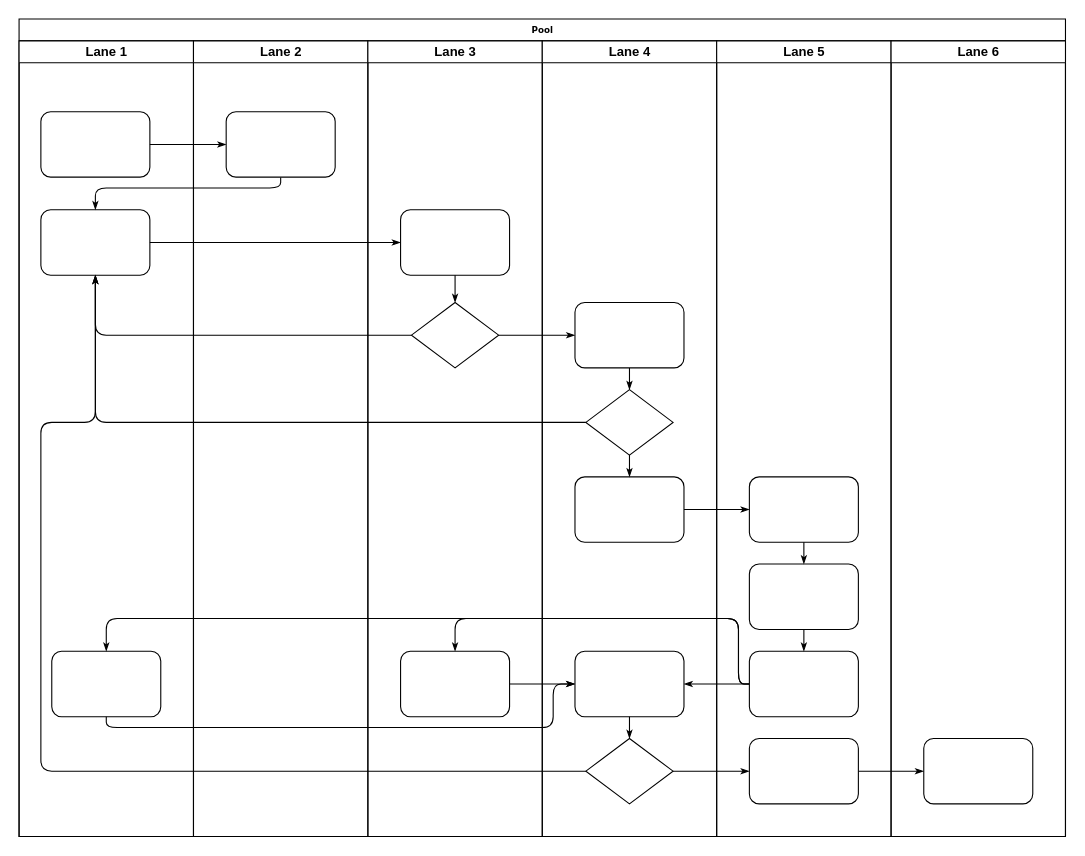
The draw.io diagram 未命名绘图.drawio in chenliang123/drag, before the edit. Source tidied: cells renumbered, new cells numbered last; positions are measured from the earlier drawing's top-left corner, leaving out a move shared by most shapes. Both pictures are drawn from the tidied source at 109%, with x=0, y=0 at pixel (19, 19).
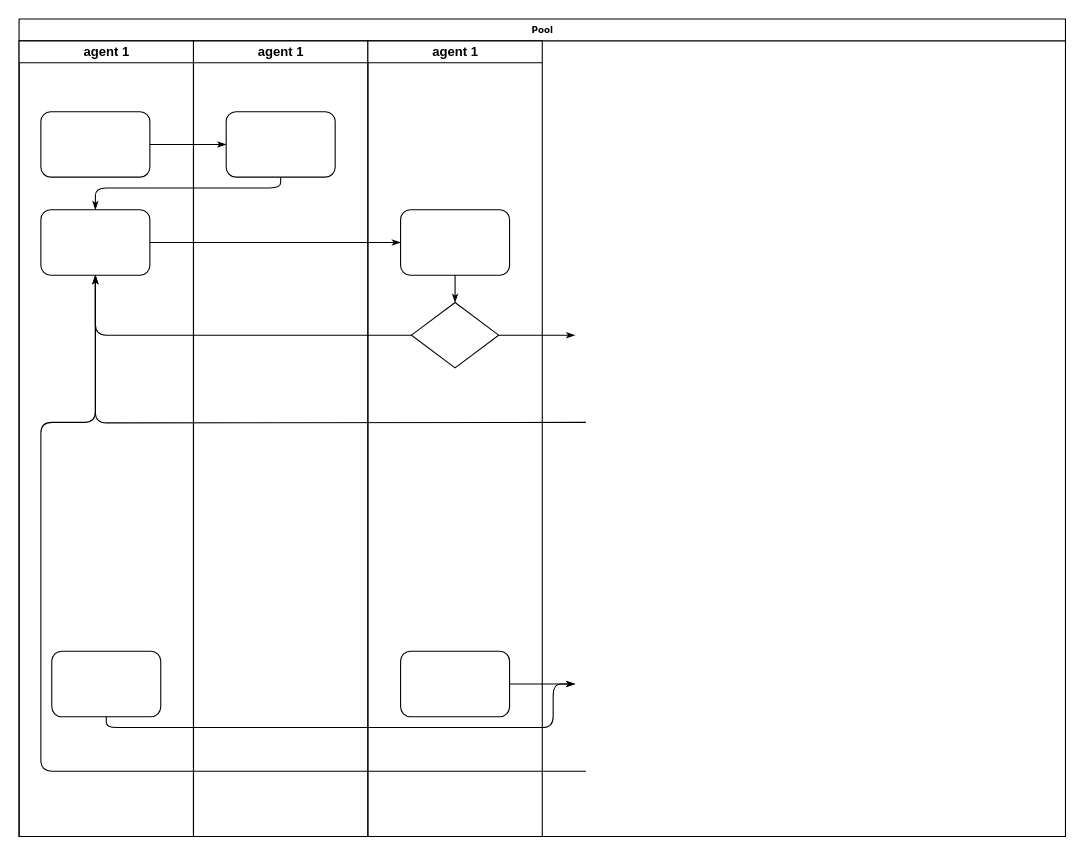
The same diagram, later.

Commit message:
一阶报告_前端.drawio

The change refers to these unchanged cells:
```xml
<mxCell id="2" value="Pool" style="swimlane;html=1;startSize=20;rounded=0;shadow=0;labelBackgroundColor=none;strokeWidth=1;fontFamily=Verdana;fontSize=8;align=center;" parent="1" vertex="1">
  <mxGeometry width="960" height="750" as="geometry" />
</mxCell>
<mxCell id="5" style="rounded=1;whiteSpace=wrap;html=1;shadow=0;labelBackgroundColor=none;strokeWidth=1;fontFamily=Verdana;fontSize=8;align=center;" parent="3" vertex="1">
  <mxGeometry x="20" y="155" width="100" height="60" as="geometry" />
</mxCell>
<mxCell id="6" style="rounded=1;whiteSpace=wrap;html=1;shadow=0;labelBackgroundColor=none;strokeWidth=1;fontFamily=Verdana;fontSize=8;align=center;" parent="3" vertex="1">
  <mxGeometry x="30" y="560" width="100" height="60" as="geometry" />
</mxCell>
<mxCell id="26" style="rhombus;whiteSpace=wrap;html=1;rounded=0;shadow=0;labelBackgroundColor=none;strokeWidth=1;fontFamily=Verdana;fontSize=8;align=center;" parent="24" vertex="1">
  <mxGeometry x="40" y="240" width="80" height="60" as="geometry" />
</mxCell>
<mxCell id="27" style="rounded=1;whiteSpace=wrap;html=1;shadow=0;labelBackgroundColor=none;strokeWidth=1;fontFamily=Verdana;fontSize=8;align=center;" parent="24" vertex="1">
  <mxGeometry x="30" y="560" width="100" height="60" as="geometry" />
</mxCell>
```

What changed in the source:
```diff
@@
-    <mxCell id="3" value="Lane 1" style="swimlane;html=1;startSize=20;" parent="2" vertex="1">
+    <mxCell id="3" value="agent 1" style="swimlane;html=1;startSize=20;" parent="2" vertex="1">
       <mxGeometry y="20" width="160" height="730" as="geometry" />
     </mxCell>
@@
-    <mxCell id="11" style="edgeStyle=orthogonalEdgeStyle;rounded=1;html=1;labelBackgroundColor=none;startArrow=none;startFill=0;startSize=5;endArrow=classicThin;endFill=1;endSize=5;jettySize=auto;strokeWidth=1;fontFamily=Verdana;fontSize=8;" parent="2" edge="1" source="31" target="5">
-      <mxGeometry relative="1" as="geometry" />
+    <mxCell id="11" style="edgeStyle=orthogonalEdgeStyle;rounded=1;html=1;labelBackgroundColor=none;startArrow=none;startFill=0;startSize=5;endArrow=classicThin;endFill=1;endSize=5;jettySize=auto;strokeWidth=1;fontFamily=Verdana;fontSize=8;" parent="2" edge="1" target="5">
+      <mxGeometry relative="1" as="geometry">
+        <mxPoint x="520" y="370" as="sourcePoint" />
+      </mxGeometry>
     </mxCell>
-    <mxCell id="12" style="edgeStyle=orthogonalEdgeStyle;rounded=1;html=1;labelBackgroundColor=none;startArrow=none;startFill=0;startSize=5;endArrow=classicThin;endFill=1;endSize=5;jettySize=auto;strokeWidth=1;fontFamily=Verdana;fontSize=8;" parent="2" edge="1" source="34" target="5">
+    <mxCell id="12" style="edgeStyle=orthogonalEdgeStyle;rounded=1;html=1;labelBackgroundColor=none;startArrow=none;startFill=0;startSize=5;endArrow=classicThin;endFill=1;endSize=5;jettySize=auto;strokeWidth=1;fontFamily=Verdana;fontSize=8;" parent="2" edge="1" target="5">
       <mxGeometry relative="1" as="geometry">
+        <mxPoint x="520" y="690" as="sourcePoint" />
         <Array as="points">
           <mxPoint x="20" y="690" />
           <mxPoint x="20" y="370" />
           <mxPoint x="70" y="370" />
         </Array>
       </mxGeometry>
     </mxCell>
-    <mxCell id="13" style="edgeStyle=orthogonalEdgeStyle;rounded=1;html=1;labelBackgroundColor=none;startArrow=none;startFill=0;startSize=5;endArrow=classicThin;endFill=1;endSize=5;jettySize=auto;strokeWidth=1;fontFamily=Verdana;fontSize=8;" parent="2" edge="1" source="26" target="30">
-      <mxGeometry relative="1" as="geometry" />
+    <mxCell id="13" style="edgeStyle=orthogonalEdgeStyle;rounded=1;html=1;labelBackgroundColor=none;startArrow=none;startFill=0;startSize=5;endArrow=classicThin;endFill=1;endSize=5;jettySize=auto;strokeWidth=1;fontFamily=Verdana;fontSize=8;" parent="2" edge="1" source="26">
+      <mxGeometry relative="1" as="geometry">
+        <mxPoint x="510" y="290" as="targetPoint" />
+      </mxGeometry>
     </mxCell>
-    <mxCell id="14" style="edgeStyle=orthogonalEdgeStyle;rounded=1;html=1;labelBackgroundColor=none;startArrow=none;startFill=0;startSize=5;endArrow=classicThin;endFill=1;endSize=5;jettySize=auto;strokeWidth=1;fontFamily=Verdana;fontSize=8;" parent="2" edge="1" source="34" target="42">
-      <mxGeometry relative="1" as="geometry" />
-    </mxCell>
-    <mxCell id="15" style="edgeStyle=orthogonalEdgeStyle;rounded=1;html=1;labelBackgroundColor=none;startArrow=none;startFill=0;startSize=5;endArrow=classicThin;endFill=1;endSize=5;jettySize=auto;strokeWidth=1;fontFamily=Verdana;fontSize=8;" parent="2" edge="1" source="42" target="46">
-      <mxGeometry relative="1" as="geometry" />
-    </mxCell>
-    <mxCell id="16" style="edgeStyle=orthogonalEdgeStyle;rounded=1;html=1;labelBackgroundColor=none;startArrow=none;startFill=0;startSize=5;endArrow=classicThin;endFill=1;endSize=5;jettySize=auto;strokeWidth=1;fontFamily=Verdana;fontSize=8;" parent="2" edge="1" source="32" target="39">
-      <mxGeometry relative="1" as="geometry" />
-    </mxCell>
-    <mxCell id="17" style="edgeStyle=orthogonalEdgeStyle;rounded=1;html=1;labelBackgroundColor=none;startArrow=none;startFill=0;startSize=5;endArrow=classicThin;endFill=1;endSize=5;jettySize=auto;strokeWidth=1;fontFamily=Verdana;fontSize=8;" parent="2" edge="1" source="41" target="27">
-      <mxGeometry relative="1" as="geometry">
-        <Array as="points">
-          <mxPoint x="660" y="610" />
-          <mxPoint x="660" y="550" />
-          <mxPoint x="400" y="550" />
-        </Array>
-      </mxGeometry>
-    </mxCell>
-    <mxCell id="18" style="edgeStyle=orthogonalEdgeStyle;rounded=1;html=1;labelBackgroundColor=none;startArrow=none;startFill=0;startSize=5;endArrow=classicThin;endFill=1;endSize=5;jettySize=auto;strokeColor=#000000;strokeWidth=1;fontFamily=Verdana;fontSize=8;fontColor=#000000;" parent="2" edge="1" source="41" target="33">
-      <mxGeometry relative="1" as="geometry" />
-    </mxCell>
-    <mxCell id="19" style="edgeStyle=orthogonalEdgeStyle;rounded=1;html=1;labelBackgroundColor=none;startArrow=none;startFill=0;startSize=5;endArrow=classicThin;endFill=1;endSize=5;jettySize=auto;strokeWidth=1;fontFamily=Verdana;fontSize=8;" parent="2" edge="1" source="41" target="6">
-      <mxGeometry relative="1" as="geometry">
-        <Array as="points">
-          <mxPoint x="660" y="610" />
-          <mxPoint x="660" y="550" />
-          <mxPoint x="80" y="550" />
-        </Array>
-      </mxGeometry>
-    </mxCell>
-    <mxCell id="20" style="edgeStyle=orthogonalEdgeStyle;rounded=1;html=1;labelBackgroundColor=none;startArrow=none;startFill=0;startSize=5;endArrow=classicThin;endFill=1;endSize=5;jettySize=auto;strokeWidth=1;fontFamily=Verdana;fontSize=8;" parent="2" edge="1" source="6" target="33">
+    <mxCell id="20" style="edgeStyle=orthogonalEdgeStyle;rounded=1;html=1;labelBackgroundColor=none;startArrow=none;startFill=0;startSize=5;endArrow=classicThin;endFill=1;endSize=5;jettySize=auto;strokeWidth=1;fontFamily=Verdana;fontSize=8;" parent="2" edge="1" source="6">
       <mxGeometry relative="1" as="geometry">
+        <mxPoint x="510" y="610" as="targetPoint" />
         <Array as="points">
           <mxPoint x="80" y="650" />
           <mxPoint x="490" y="650" />
           <mxPoint x="490" y="610" />
         </Array>
       </mxGeometry>
     </mxCell>
-    <mxCell id="21" style="edgeStyle=orthogonalEdgeStyle;rounded=1;html=1;labelBackgroundColor=none;startArrow=none;startFill=0;startSize=5;endArrow=classicThin;endFill=1;endSize=5;jettySize=auto;strokeWidth=1;fontFamily=Verdana;fontSize=8;" parent="2" edge="1" source="27" target="33">
-      <mxGeometry relative="1" as="geometry" />
+    <mxCell id="21" style="edgeStyle=orthogonalEdgeStyle;rounded=1;html=1;labelBackgroundColor=none;startArrow=none;startFill=0;startSize=5;endArrow=classicThin;endFill=1;endSize=5;jettySize=auto;strokeWidth=1;fontFamily=Verdana;fontSize=8;" parent="2" edge="1" source="27">
+      <mxGeometry relative="1" as="geometry">
+        <mxPoint x="510" y="610" as="targetPoint" />
+      </mxGeometry>
     </mxCell>
-    <mxCell id="22" value="Lane 2" style="swimlane;html=1;startSize=20;" parent="2" vertex="1">
+    <mxCell id="22" value="agent 1" style="swimlane;html=1;startSize=20;" parent="2" vertex="1">
       <mxGeometry x="160" y="20" width="160" height="730" as="geometry" />
     </mxCell>
@@
-    <mxCell id="24" value="Lane 3" style="swimlane;html=1;startSize=20;" parent="2" vertex="1">
+    <mxCell id="24" value="agent 1" style="swimlane;html=1;startSize=20;" parent="2" vertex="1">
       <mxGeometry x="320" y="20" width="160" height="730" as="geometry" />
     </mxCell>
@@
-    <mxCell id="29" value="Lane 4" style="swimlane;html=1;startSize=20;" parent="2" vertex="1">
-      <mxGeometry x="480" y="20" width="160" height="730" as="geometry" />
-    </mxCell>
-    <mxCell id="30" style="rounded=1;whiteSpace=wrap;html=1;shadow=0;labelBackgroundColor=none;strokeWidth=1;fontFamily=Verdana;fontSize=8;align=center;" parent="29" vertex="1">
-      <mxGeometry x="30" y="240" width="100" height="60" as="geometry" />
-    </mxCell>
-    <mxCell id="31" style="rhombus;whiteSpace=wrap;html=1;rounded=0;shadow=0;labelBackgroundColor=none;strokeWidth=1;fontFamily=Verdana;fontSize=8;align=center;" parent="29" vertex="1">
-      <mxGeometry x="40" y="320" width="80" height="60" as="geometry" />
-    </mxCell>
-    <mxCell id="32" style="rounded=1;whiteSpace=wrap;html=1;shadow=0;labelBackgroundColor=none;strokeWidth=1;fontFamily=Verdana;fontSize=8;align=center;" parent="29" vertex="1">
-      <mxGeometry x="30" y="400" width="100" height="60" as="geometry" />
-    </mxCell>
-    <mxCell id="33" style="rounded=1;whiteSpace=wrap;html=1;shadow=0;labelBackgroundColor=none;strokeWidth=1;fontFamily=Verdana;fontSize=8;align=center;" parent="29" vertex="1">
-      <mxGeometry x="30" y="560" width="100" height="60" as="geometry" />
-    </mxCell>
-    <mxCell id="34" style="rhombus;whiteSpace=wrap;html=1;rounded=0;shadow=0;labelBackgroundColor=none;strokeWidth=1;fontFamily=Verdana;fontSize=8;align=center;" parent="29" vertex="1">
-      <mxGeometry x="40" y="640" width="80" height="60" as="geometry" />
-    </mxCell>
-    <mxCell id="35" style="edgeStyle=orthogonalEdgeStyle;rounded=1;html=1;labelBackgroundColor=none;startArrow=none;startFill=0;startSize=5;endArrow=classicThin;endFill=1;endSize=5;jettySize=auto;strokeColor=#000000;strokeWidth=1;fontFamily=Verdana;fontSize=8;fontColor=#000000;" parent="29" edge="1" source="30" target="31">
-      <mxGeometry relative="1" as="geometry" />
-    </mxCell>
-    <mxCell id="36" style="edgeStyle=orthogonalEdgeStyle;rounded=1;html=1;labelBackgroundColor=none;startArrow=none;startFill=0;startSize=5;endArrow=classicThin;endFill=1;endSize=5;jettySize=auto;strokeWidth=1;fontFamily=Verdana;fontSize=8;" parent="29" edge="1" source="31" target="32">
-      <mxGeometry relative="1" as="geometry" />
-    </mxCell>
-    <mxCell id="37" style="edgeStyle=orthogonalEdgeStyle;rounded=1;html=1;labelBackgroundColor=none;startArrow=none;startFill=0;startSize=5;endArrow=classicThin;endFill=1;endSize=5;jettySize=auto;strokeWidth=1;fontFamily=Verdana;fontSize=8;" parent="29" edge="1" source="33" target="34">
-      <mxGeometry relative="1" as="geometry" />
-    </mxCell>
-    <mxCell id="38" value="Lane 5" style="swimlane;html=1;startSize=20;" parent="2" vertex="1">
-      <mxGeometry x="640" y="20" width="160" height="730" as="geometry" />
-    </mxCell>
-    <mxCell id="39" style="rounded=1;whiteSpace=wrap;html=1;shadow=0;labelBackgroundColor=none;strokeWidth=1;fontFamily=Verdana;fontSize=8;align=center;" parent="38" vertex="1">
-      <mxGeometry x="30" y="400" width="100" height="60" as="geometry" />
-    </mxCell>
-    <mxCell id="40" style="rounded=1;whiteSpace=wrap;html=1;shadow=0;labelBackgroundColor=none;strokeWidth=1;fontFamily=Verdana;fontSize=8;align=center;" parent="38" vertex="1">
-      <mxGeometry x="30" y="480" width="100" height="60" as="geometry" />
-    </mxCell>
-    <mxCell id="41" style="rounded=1;whiteSpace=wrap;html=1;shadow=0;labelBackgroundColor=none;strokeWidth=1;fontFamily=Verdana;fontSize=8;align=center;" parent="38" vertex="1">
-      <mxGeometry x="30" y="560" width="100" height="60" as="geometry" />
-    </mxCell>
-    <mxCell id="42" style="rounded=1;whiteSpace=wrap;html=1;shadow=0;labelBackgroundColor=none;strokeWidth=1;fontFamily=Verdana;fontSize=8;align=center;" parent="38" vertex="1">
-      <mxGeometry x="30" y="640" width="100" height="60" as="geometry" />
-    </mxCell>
-    <mxCell id="43" style="edgeStyle=orthogonalEdgeStyle;rounded=1;html=1;labelBackgroundColor=none;startArrow=none;startFill=0;startSize=5;endArrow=classicThin;endFill=1;endSize=5;jettySize=auto;strokeWidth=1;fontFamily=Verdana;fontSize=8;" parent="38" edge="1" source="39" target="40">
-      <mxGeometry relative="1" as="geometry" />
-    </mxCell>
-    <mxCell id="44" style="edgeStyle=orthogonalEdgeStyle;rounded=1;html=1;labelBackgroundColor=none;startArrow=none;startFill=0;startSize=5;endArrow=classicThin;endFill=1;endSize=5;jettySize=auto;strokeWidth=1;fontFamily=Verdana;fontSize=8;" parent="38" edge="1" source="40" target="41">
-      <mxGeometry relative="1" as="geometry" />
-    </mxCell>
-    <mxCell id="45" value="Lane 6" style="swimlane;html=1;startSize=20;" parent="2" vertex="1">
-      <mxGeometry x="800" y="20" width="160" height="730" as="geometry" />
-    </mxCell>
-    <mxCell id="46" style="rounded=1;whiteSpace=wrap;html=1;shadow=0;labelBackgroundColor=none;strokeWidth=1;fontFamily=Verdana;fontSize=8;align=center;" parent="45" vertex="1">
-      <mxGeometry x="30" y="640" width="100" height="60" as="geometry" />
-    </mxCell>
```
